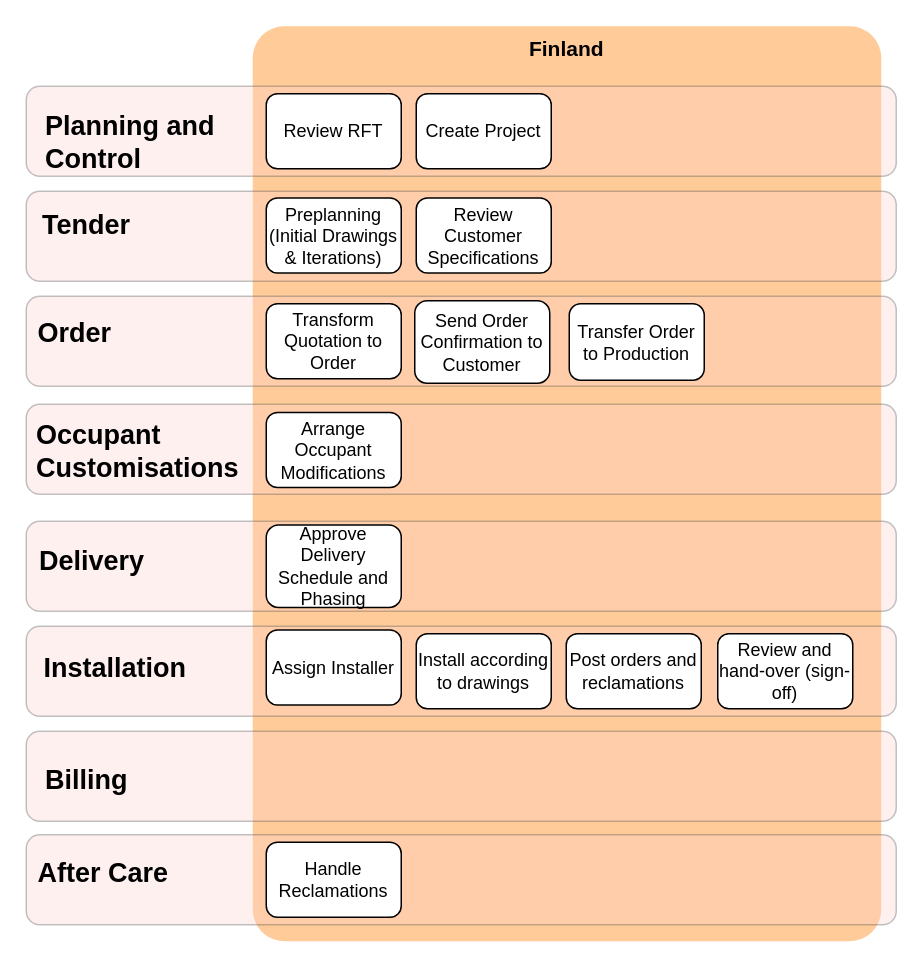
mrf742002/Diagrams keeps this draw.io diagram as page "Project Finland" (3 of 10) of Commercial Model.drawio. Above is the earlier version. Source tidied: cells renumbered, new cells numbered last; positions are measured from the earlier drawing's top-left corner, leaving out a move shared by most shapes. Both pictures are drawn from the tidied source at 150%, with x=0, y=0 at pixel (26, 26). Pictures stored in the file or linked from it are replaced by grey dashed boxes.
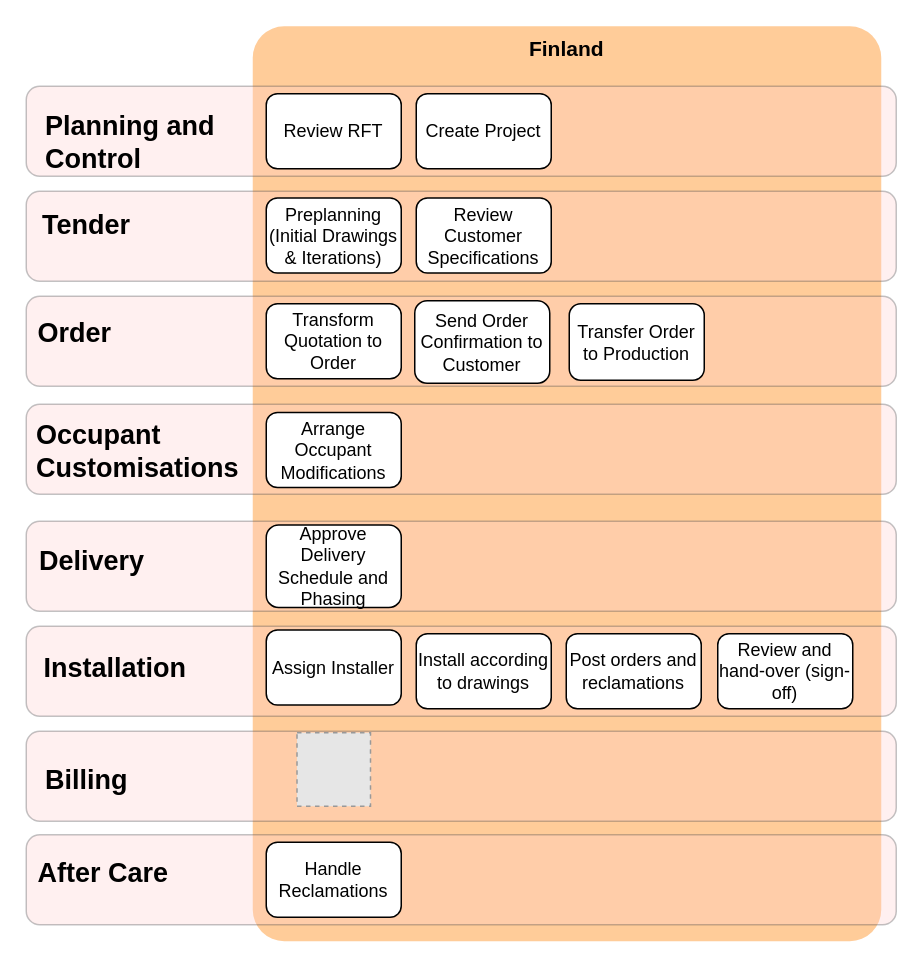
The same diagram, later.

The edit, as a diff of the source:
```diff
@@
+    <mxCell id="33" style="fillColor=#E6E6E6;strokeColor=#999999;dashed=1;html=1;verticalAlign=top;verticalLabelPosition=bottom;labelBackgroundColor=#ffffff;align=left;" parent="1" vertex="1">
+      <mxGeometry x="180.5" y="471" width="49" height="49" as="geometry" />
+    </mxCell>
```
